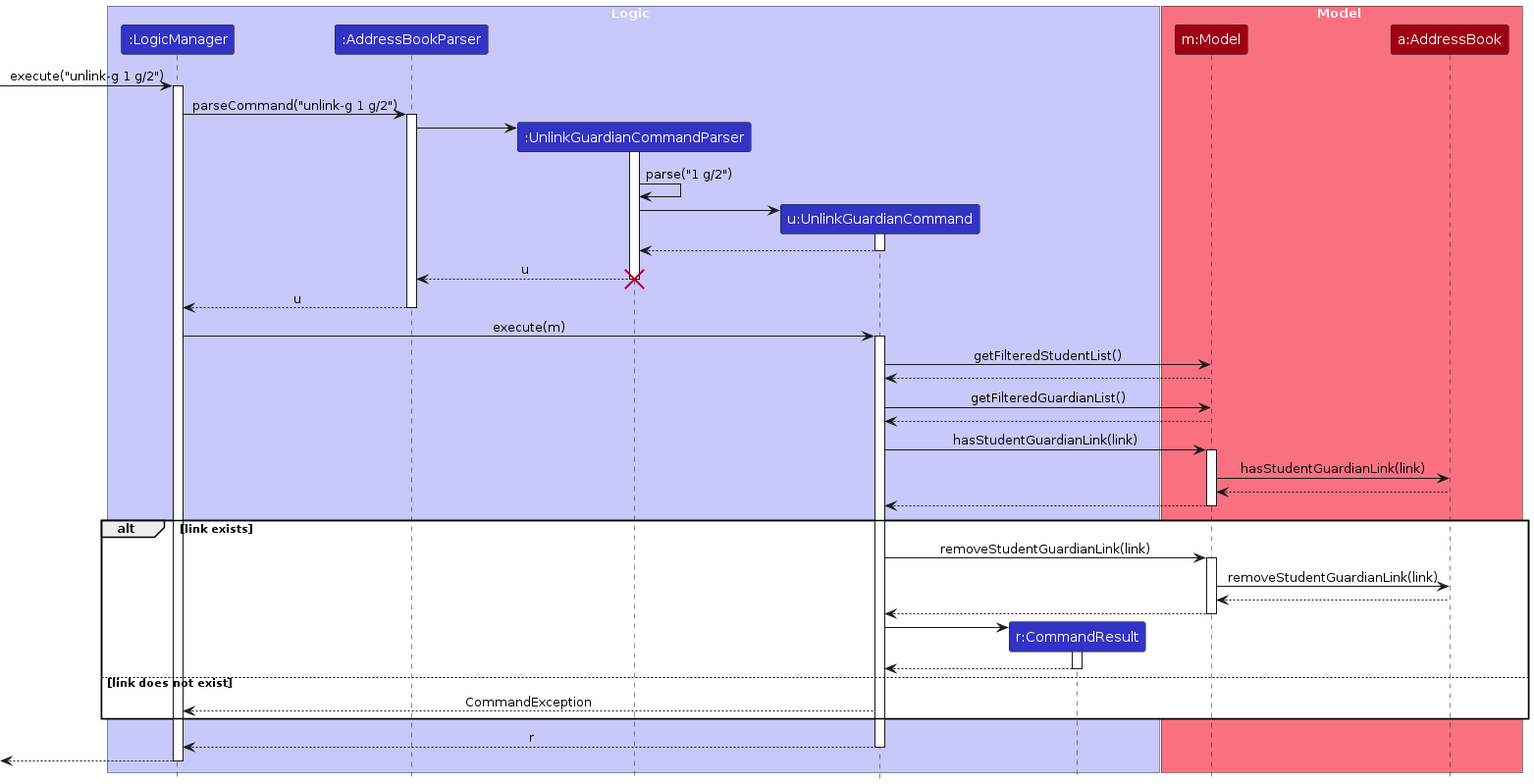
Before: diagrams/UnlinkGuardianSequenceDiagram.png, a diagram exported from PlantUML (AY2627S1-CS2103T-T15-3/tp). Its source is kept beside it as diagrams/UnlinkGuardianSequenceDiagram.puml. Its diagram source:
```plantuml
@startuml
!include style.puml
skinparam ArrowFontStyle plain

box Logic LOGIC_COLOR_T1
participant ":LogicManager" as LogicManager LOGIC_COLOR
participant ":AddressBookParser" as AddressBookParser LOGIC_COLOR
participant ":UnlinkGuardianCommandParser" as UnlinkGuardianCommandParser LOGIC_COLOR
participant "u:UnlinkGuardianCommand" as UnlinkGuardianCommand LOGIC_COLOR
participant "r:CommandResult" as CommandResult LOGIC_COLOR
end box

box Model MODEL_COLOR_T1
participant "m:Model" as Model MODEL_COLOR
participant "a:AddressBook" as AddressBook MODEL_COLOR
end box

[-> LogicManager : execute("unlink-g 1 g/2")
activate LogicManager

LogicManager -> AddressBookParser : parseCommand("unlink-g 1 g/2")
activate AddressBookParser

create UnlinkGuardianCommandParser
AddressBookParser -> UnlinkGuardianCommandParser
activate UnlinkGuardianCommandParser

UnlinkGuardianCommandParser -> UnlinkGuardianCommandParser : parse("1 g/2")
create UnlinkGuardianCommand
UnlinkGuardianCommandParser -> UnlinkGuardianCommand
activate UnlinkGuardianCommand
UnlinkGuardianCommand --> UnlinkGuardianCommandParser
deactivate UnlinkGuardianCommand

UnlinkGuardianCommandParser --> AddressBookParser : u
deactivate UnlinkGuardianCommandParser
destroy UnlinkGuardianCommandParser

AddressBookParser --> LogicManager : u
deactivate AddressBookParser

LogicManager -> UnlinkGuardianCommand : execute(m)
activate UnlinkGuardianCommand

UnlinkGuardianCommand -> Model : getFilteredStudentList()
Model --> UnlinkGuardianCommand
UnlinkGuardianCommand -> Model : getFilteredGuardianList()
Model --> UnlinkGuardianCommand
UnlinkGuardianCommand -> Model : hasStudentGuardianLink(link)
activate Model
Model -> AddressBook : hasStudentGuardianLink(link)
AddressBook --> Model
Model --> UnlinkGuardianCommand
deactivate Model

alt link exists
    UnlinkGuardianCommand -> Model : removeStudentGuardianLink(link)
    activate Model
    Model -> AddressBook : removeStudentGuardianLink(link)
    AddressBook --> Model
    Model --> UnlinkGuardianCommand
    deactivate Model
    create CommandResult
    UnlinkGuardianCommand -> CommandResult
    activate CommandResult
    CommandResult --> UnlinkGuardianCommand
    deactivate CommandResult
else link does not exist
    UnlinkGuardianCommand --> LogicManager : CommandException
end

UnlinkGuardianCommand --> LogicManager : r
deactivate UnlinkGuardianCommand

[<--LogicManager
deactivate LogicManager
@enduml
```
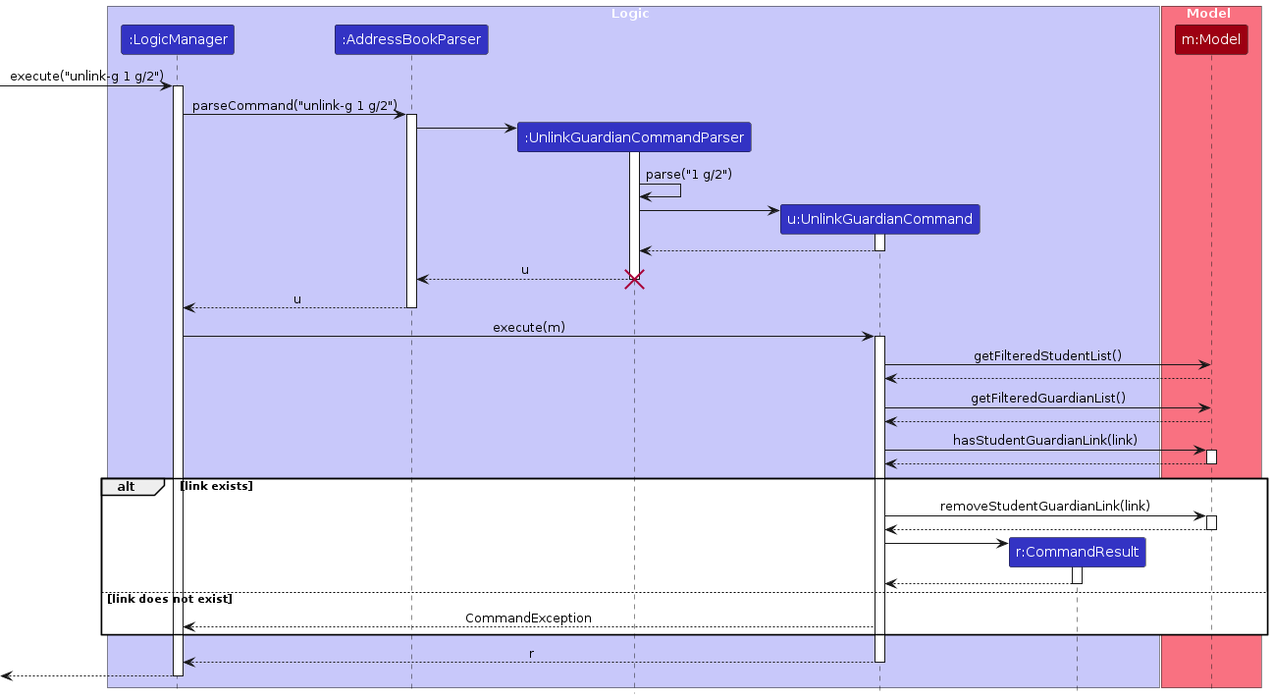
The same diagram one commit later.

Diff of the diagram source:
```diff
@@ -12,7 +12,6 @@
 
 box Model MODEL_COLOR_T1
 participant "m:Model" as Model MODEL_COLOR
-participant "a:AddressBook" as AddressBook MODEL_COLOR
 end box
 
 [-> LogicManager : execute("unlink-g 1 g/2")
@@ -48,16 +47,12 @@
 Model --> UnlinkGuardianCommand
 UnlinkGuardianCommand -> Model : hasStudentGuardianLink(link)
 activate Model
-Model -> AddressBook : hasStudentGuardianLink(link)
-AddressBook --> Model
 Model --> UnlinkGuardianCommand
 deactivate Model
 
 alt link exists
     UnlinkGuardianCommand -> Model : removeStudentGuardianLink(link)
     activate Model
-    Model -> AddressBook : removeStudentGuardianLink(link)
-    AddressBook --> Model
     Model --> UnlinkGuardianCommand
     deactivate Model
     create CommandResult
```
